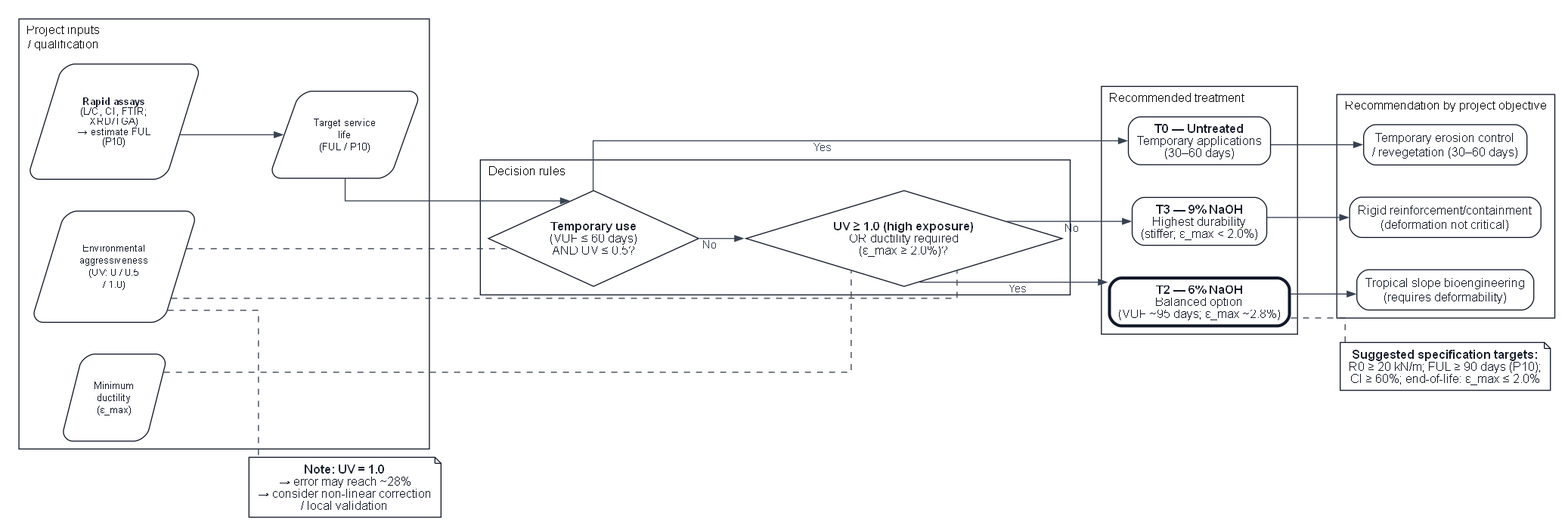
Above: 3-IMAGENS/INGLES/fluxograma_decisorio_en.png in ldvsantos-uefs/artigo-lc-k (Mermaid), before the change. Its source is kept beside it as 3-IMAGENS/INGLES/fluxograma_decisorio_en.mmd.
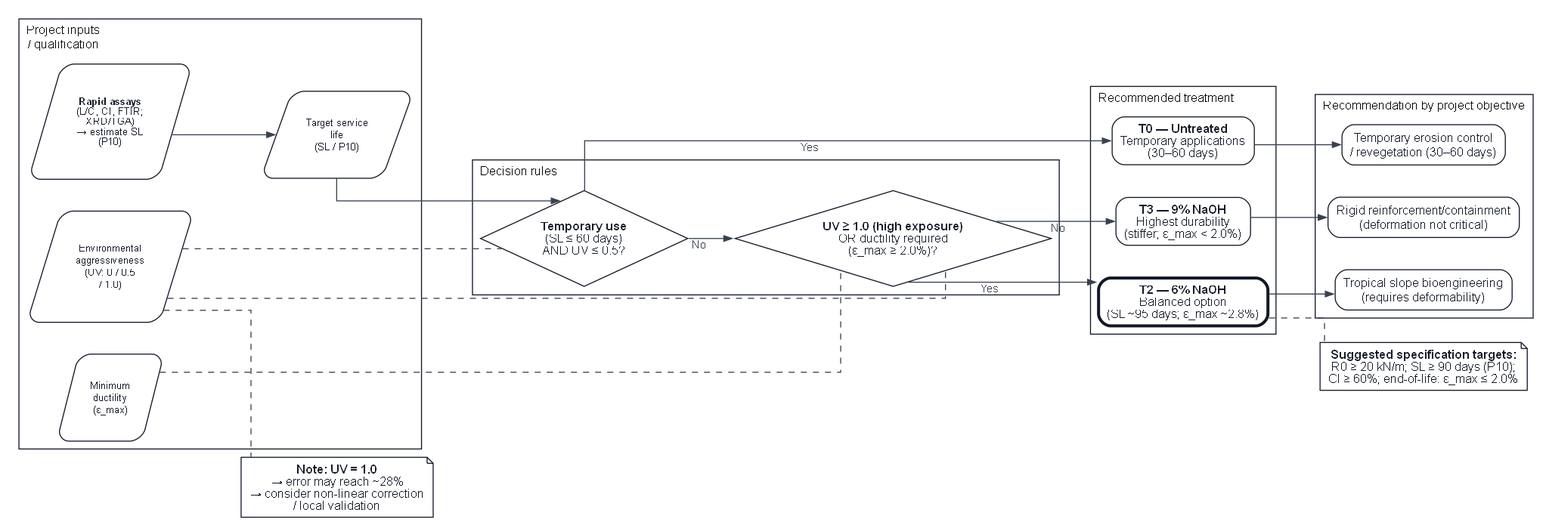
After the commit.

What changed in the source:
```diff
@@ -22,8 +22,8 @@
 
     subgraph L1["Project inputs / qualification"]
         direction TB
-        q0["Rapid assays\n(L/C, CI, FTIR; XRD/TGA)\n→ estimate FUL (P10)"]:::input
-        i1["Target service life\n(FUL / P10)"]:::input
+        q0["Rapid assays\n(L/C, CI, FTIR; XRD/TGA)\n→ estimate SL (P10)"]:::input
+        i1["Target service life\n(SL / P10)"]:::input
         i2["Environmental aggressiveness\n(normalized UV: 0 / 0.5 / 1.0)"]:::input
         i3["Minimum ductility\n(ε_max)"]:::input
     end
@@ -31,7 +31,7 @@
 
     subgraph L2["Decision rules"]
         direction TB
-        d1{"Temporary use\n(VUF ≤ 60 days)\nAND UV ≤ 0.5?"}:::decision
+        d1{"Temporary use\n(SL ≤ 60 days)\nAND UV ≤ 0.5?"}:::decision
         d2{"UV ≥ 1.0 (high exposure)\nOR ductility required\n(ε_max ≥ 2.0%)?"}:::decision
     end
     class L2 lane;
@@ -39,7 +39,7 @@
     subgraph L3["Recommended treatment"]
         direction TB
         t0["T0 — Untreated\nTemporary applications\n(30–60 days)"]:::out
-        t2["T2 — 6% NaOH\nBalanced option\n(VUF ~95 days; ε_max ~2.8%)"]:::outStrong
+        t2["T2 — 6% NaOH\nBalanced option\n(SL ~95 days; ε_max ~2.8%)"]:::outStrong
         t3["T3 — 9% NaOH\nHighest durability\n(stiffer; ε_max < 2.0%)"]:::out
     end
     class L3 lane;
@@ -69,5 +69,5 @@
     n1["Note: UV = 1.0\n→ error may reach ~28%\n→ consider non-linear correction\n/ local validation"]:::out
     i2 -.-> n1
 
-    s1["Suggested specification targets:\nR0 ≥ 20 kN/m; FUL ≥ 90 days (P10);\nCI ≥ 60%; end-of-life: ε_max ≤ 2.0%"]:::out
+    s1["Suggested specification targets:\nR0 ≥ 20 kN/m; SL ≥ 90 days (P10);\nCI ≥ 60%; end-of-life: ε_max ≤ 2.0%"]:::out
     t2 -.-> s1
```
